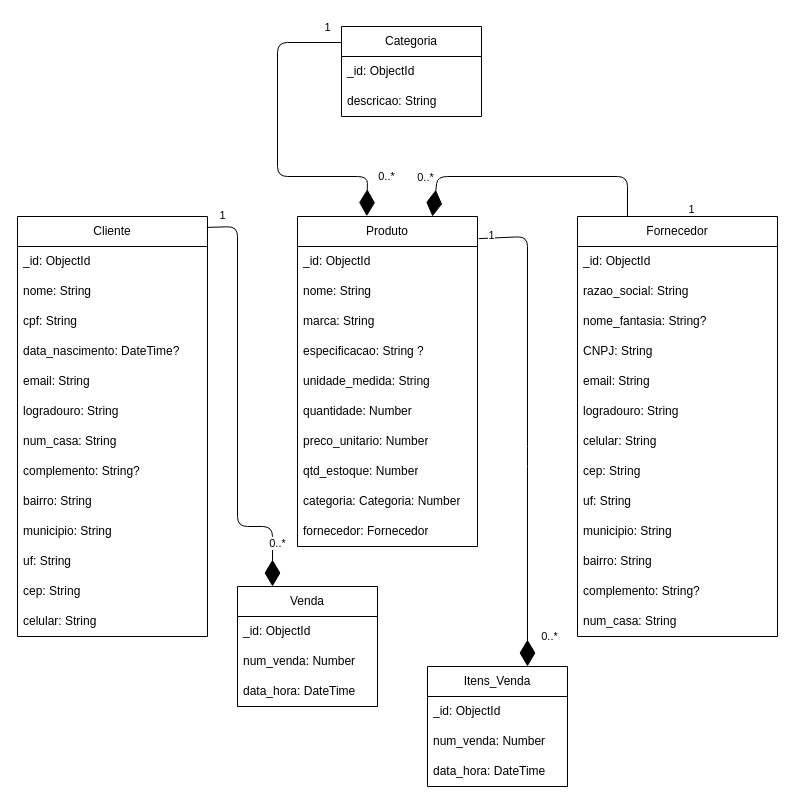
This is Docs/Formas.drawio from faustocintra/bn-not-2024-2, a draw.io file, before an edit. Source tidied: cells renumbered, new cells numbered last; positions are measured from the earlier drawing's top-left corner, leaving out a move shared by most shapes. Both pictures are drawn from the tidied source at 100%, with x=0, y=0 at pixel (17, 26).
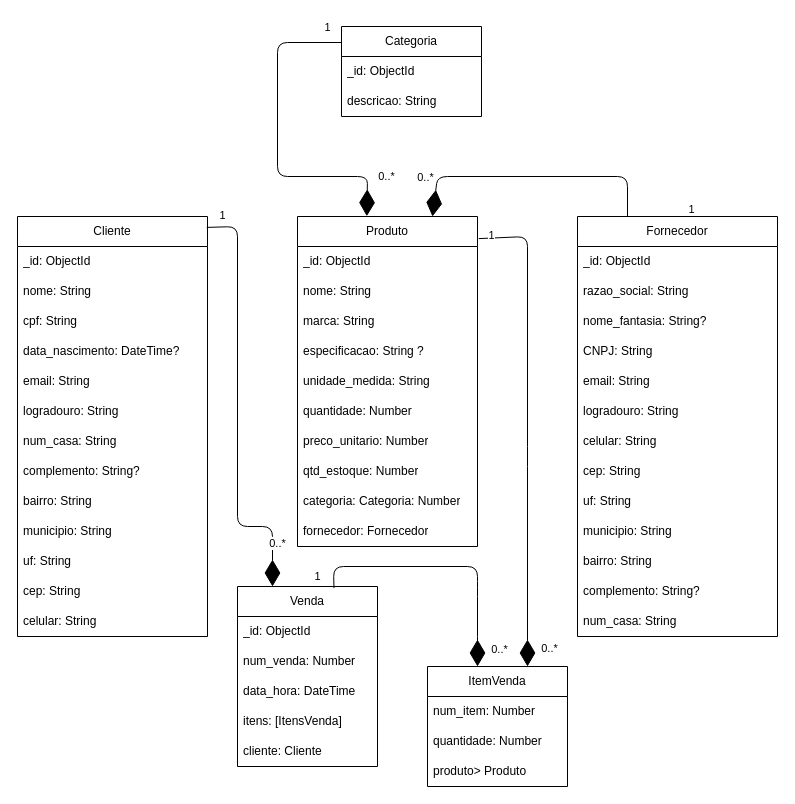
The same page after the edit.

Unchanged cells that the change refers to:
```xml
<mxCell id="50" style="endArrow=diamondThin;endFill=1;endSize=24;html=1;exitX=1.007;exitY=0.067;exitDx=0;exitDy=0;exitPerimeter=0;" parent="1" edge="1" source="33">
  <mxGeometry relative="1" as="geometry">
    <mxPoint x="510" y="640" as="targetPoint" />
    <Array as="points">
      <mxPoint x="510" y="210" />
      <mxPoint x="510" y="430" />
    </Array>
  </mxGeometry>
</mxCell>
```

Change to the diagram source:
```diff
@@
     <mxCell id="44" value="Venda" style="swimlane;fontStyle=0;horizontal=1;startSize=30;whiteSpace=wrap;html=1;" parent="1" vertex="1">
-      <mxGeometry x="220" y="560" width="140" height="120" as="geometry" />
+      <mxGeometry x="220" y="560" width="140" height="180" as="geometry" />
     </mxCell>
@@
+    <mxCell id="64" value="data_hora: DateTime" style="text;strokeColor=none;fillColor=none;align=left;verticalAlign=middle;spacingLeft=4;spacingRight=4;overflow=hidden;whiteSpace=wrap;html=1;" parent="44" vertex="1">
+      <mxGeometry y="90" width="140" height="30" as="geometry" />
+    </mxCell>
+    <mxCell id="65" value="itens: [ItensVenda]" style="text;strokeColor=none;fillColor=none;align=left;verticalAlign=middle;spacingLeft=4;spacingRight=4;overflow=hidden;whiteSpace=wrap;html=1;" parent="44" vertex="1">
+      <mxGeometry y="120" width="140" height="30" as="geometry" />
+    </mxCell>
-    <mxCell id="47" value="data_hora: DateTime" style="text;strokeColor=none;fillColor=none;align=left;verticalAlign=middle;spacingLeft=4;spacingRight=4;overflow=hidden;whiteSpace=wrap;html=1;" parent="44" vertex="1">
-      <mxGeometry y="90" width="140" height="30" as="geometry" />
+    <mxCell id="47" value="cliente: Cliente" style="text;strokeColor=none;fillColor=none;align=left;verticalAlign=middle;spacingLeft=4;spacingRight=4;overflow=hidden;whiteSpace=wrap;html=1;" parent="44" vertex="1">
+      <mxGeometry y="150" width="140" height="30" as="geometry" />
     </mxCell>
@@
     <mxCell id="51" value="0..*" style="edgeLabel;html=1;align=center;verticalAlign=middle;" parent="50" vertex="1">
       <mxGeometry x="0.87" relative="1" as="geometry">
-        <mxPoint x="21" as="offset" />
+        <mxPoint x="21" y="12" as="offset" />
       </mxGeometry>
     </mxCell>
@@
-    <mxCell id="60" value="Itens_Venda" style="swimlane;fontStyle=0;horizontal=1;startSize=30;whiteSpace=wrap;html=1;" parent="1" vertex="1">
+    <mxCell id="60" value="ItemVenda" style="swimlane;fontStyle=0;horizontal=1;startSize=30;whiteSpace=wrap;html=1;" parent="1" vertex="1">
       <mxGeometry x="410" y="640" width="140" height="120" as="geometry" />
     </mxCell>
-    <mxCell id="61" value="_id: ObjectId" style="text;strokeColor=none;fillColor=none;align=left;verticalAlign=middle;spacingLeft=4;spacingRight=4;overflow=hidden;whiteSpace=wrap;html=1;" parent="60" vertex="1">
-      <mxGeometry y="30" width="140" height="30" as="geometry" />
-    </mxCell>
-    <mxCell id="62" value="num_venda: Number" style="text;strokeColor=none;fillColor=none;align=left;verticalAlign=middle;spacingLeft=4;spacingRight=4;overflow=hidden;whiteSpace=wrap;html=1;" parent="60" vertex="1">
-      <mxGeometry y="60" width="140" height="30" as="geometry" />
+    <mxCell id="62" value="num_item: Number" style="text;strokeColor=none;fillColor=none;align=left;verticalAlign=middle;spacingLeft=4;spacingRight=4;overflow=hidden;whiteSpace=wrap;html=1;" parent="60" vertex="1">
+      <mxGeometry y="30" width="140" height="30" as="geometry" />
     </mxCell>
-    <mxCell id="63" value="data_hora: DateTime" style="text;strokeColor=none;fillColor=none;align=left;verticalAlign=middle;spacingLeft=4;spacingRight=4;overflow=hidden;whiteSpace=wrap;html=1;" parent="60" vertex="1">
-      <mxGeometry y="90" width="140" height="30" as="geometry" />
+    <mxCell id="63" value="quantidade: Number" style="text;strokeColor=none;fillColor=none;align=left;verticalAlign=middle;spacingLeft=4;spacingRight=4;overflow=hidden;whiteSpace=wrap;html=1;" parent="60" vertex="1">
+      <mxGeometry y="60" width="140" height="30" as="geometry" />
     </mxCell>
+    <mxCell id="66" value="produto&amp;gt; Produto" style="text;strokeColor=none;fillColor=none;align=left;verticalAlign=middle;spacingLeft=4;spacingRight=4;overflow=hidden;whiteSpace=wrap;html=1;" parent="60" vertex="1">
+      <mxGeometry y="90" width="140" height="30" as="geometry" />
+    </mxCell>
+    <mxCell id="67" value="1" style="endArrow=diamondThin;endFill=1;endSize=24;html=1;exitX=0.689;exitY=0.009;exitDx=0;exitDy=0;exitPerimeter=0;" parent="1" edge="1" source="44">
+      <mxGeometry x="-0.91" y="16" relative="1" as="geometry">
+        <mxPoint x="460" y="640" as="targetPoint" />
+        <Array as="points">
+          <mxPoint x="316" y="540" />
+          <mxPoint x="460" y="540" />
+          <mxPoint x="460" y="560" />
+          <mxPoint x="460" y="620" />
+          <mxPoint x="460" y="640" />
+        </Array>
+      </mxGeometry>
+    </mxCell>
+    <mxCell id="68" value="0..*" style="edgeLabel;html=1;align=center;verticalAlign=middle;" parent="67" vertex="1">
+      <mxGeometry x="0.87" relative="1" as="geometry">
+        <mxPoint x="21" as="offset" />
+      </mxGeometry>
+    </mxCell>
```
